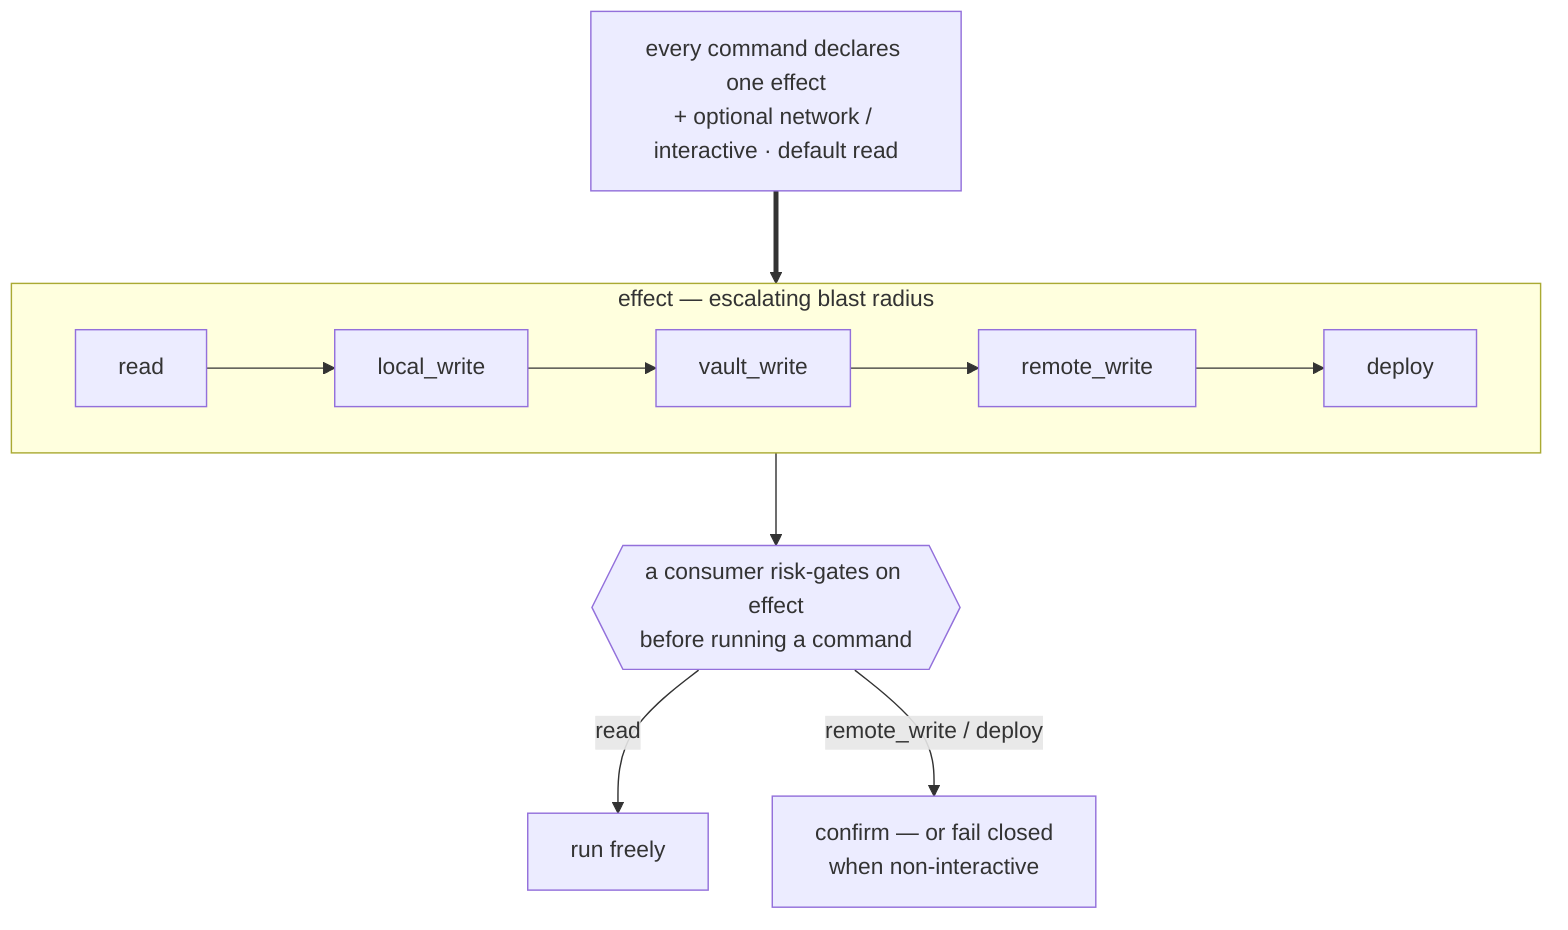
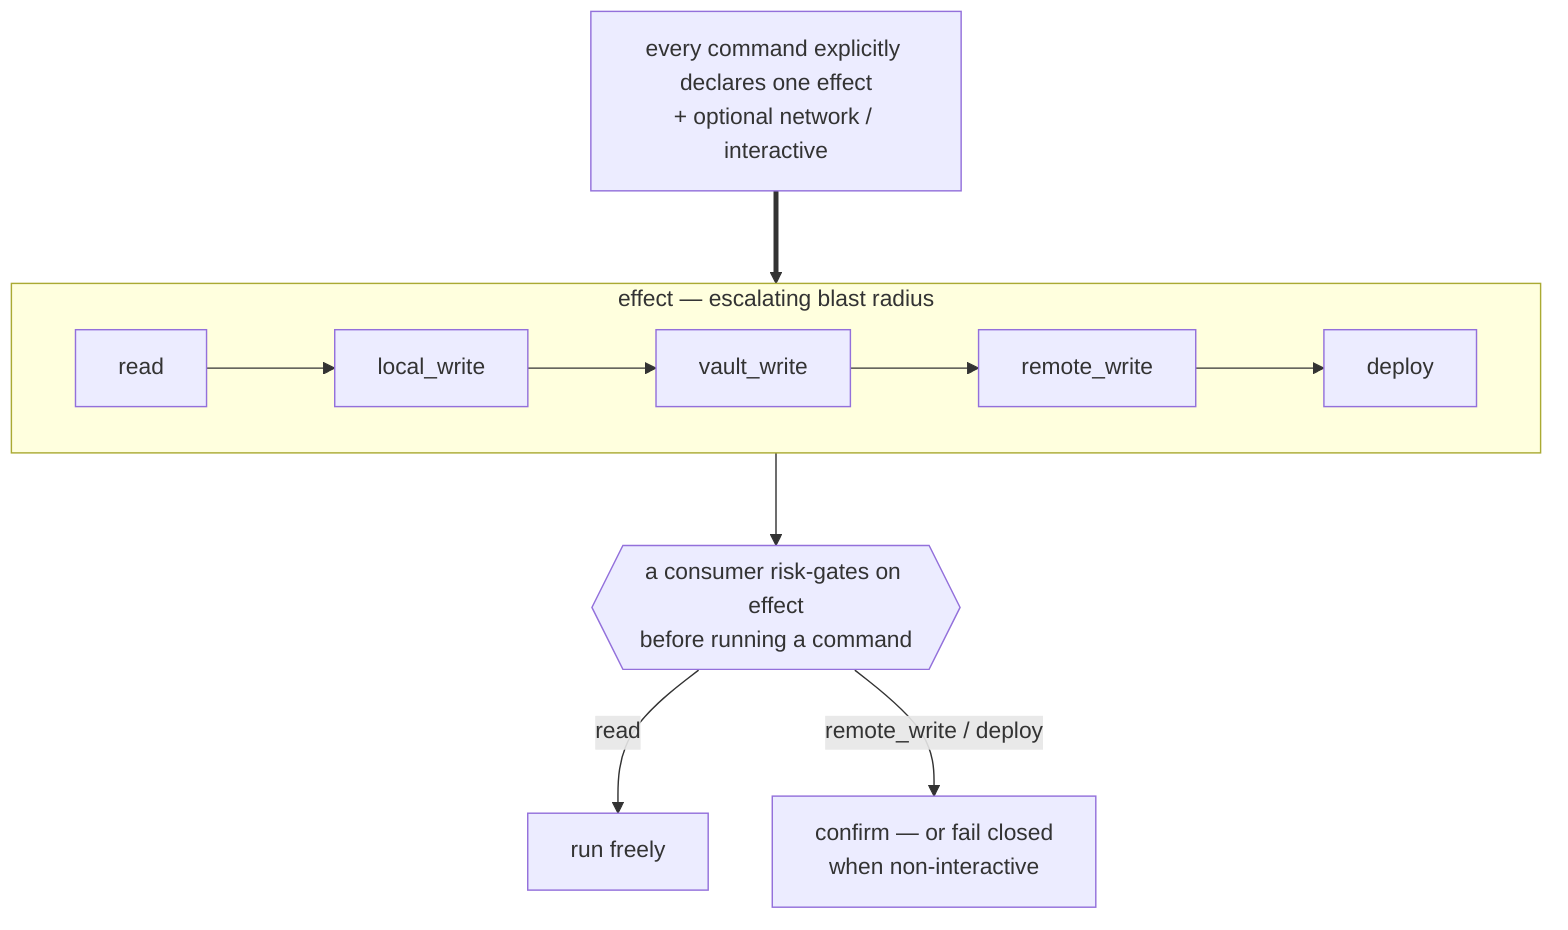
%%{init: {'flowchart': {'rankSpacing': 65, 'nodeSpacing': 45}}}%%
flowchart TB
-     decl["every command declares one effect<br/>+ optional network / interactive · default read"]
+     decl["every command explicitly declares one effect<br/>+ optional network / interactive"]

    subgraph ladder["effect — escalating blast radius"]
        direction LR
        r["read"] --> lw["local_write"] --> vw["vault_write"] --> rw["remote_write"] --> dep["deploy"]
    end
    decl ==> ladder

    gate{{"a consumer risk-gates on effect<br/>before running a command"}}
    ladder --> gate
    gate -->|"read"| run["run freely"]
    gate -->|"remote_write / deploy"| confirm["confirm — or fail closed<br/>when non-interactive"]
